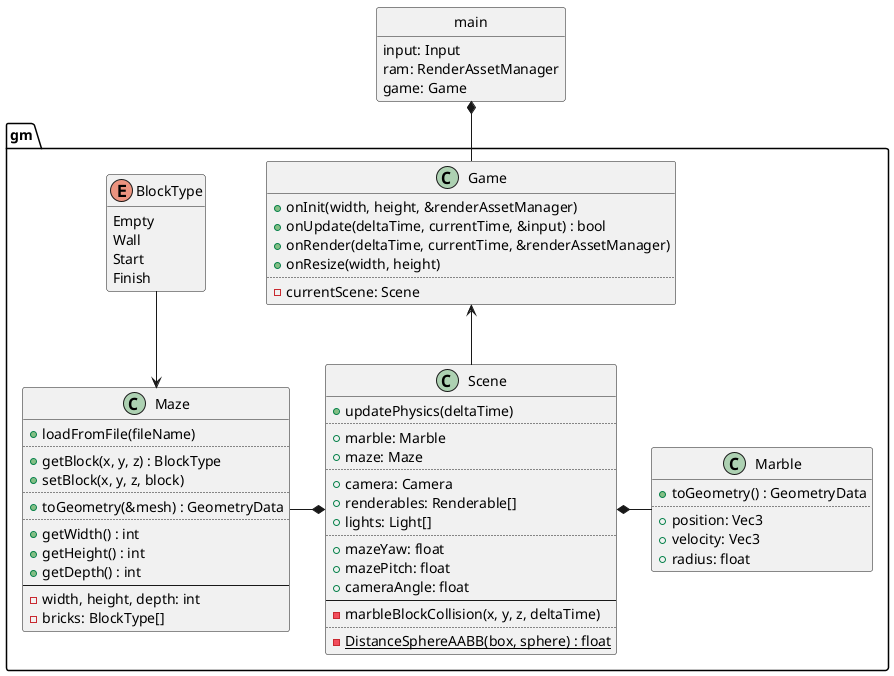
ba6er/marblemaze keeps this PlantUML diagram as design/game.png. Above is the earlier version.
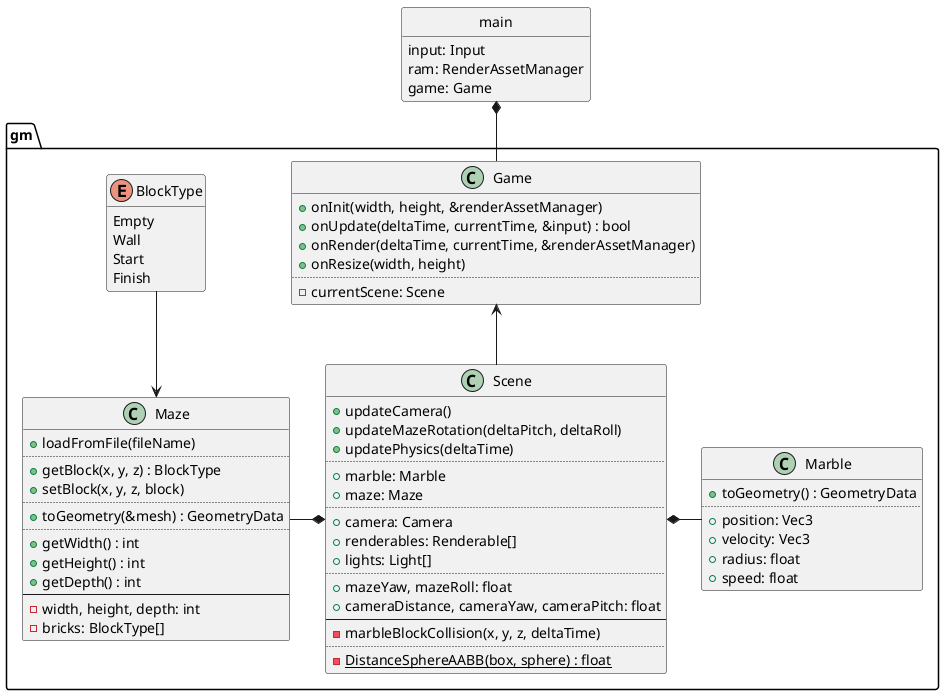
Above is the later version.

Change to the diagram source:
```diff
@@ -11,6 +11,8 @@
 }
 
 class gm::Scene {
+	+updateCamera()
+	+updateMazeRotation(deltaPitch, deltaRoll)
 	+updatePhysics(deltaTime)
 	..
 	+marble: Marble
@@ -20,9 +22,8 @@
 	+renderables: Renderable[]
 	+lights: Light[]
 	..
-	+mazeYaw: float
-	+mazePitch: float
-	+cameraAngle: float
+	+mazeYaw, mazeRoll: float
+	+cameraDistance, cameraYaw, cameraPitch: float
 	--
 	-marbleBlockCollision(x, y, z, deltaTime)
 	..
@@ -59,6 +60,7 @@
 	+position: Vec3
 	+velocity: Vec3
 	+radius: float
+	+speed: float
 }
 
 class main {
```
